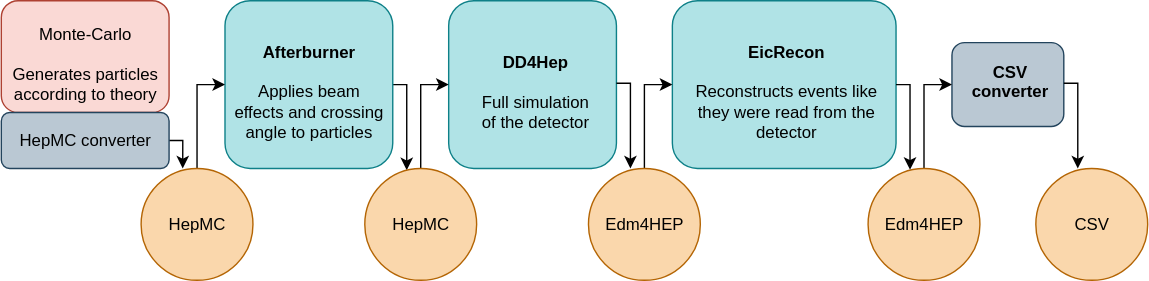
This is docs/public/simulation-chain.drawio.svg from JeffersonLab/meson-structure, a draw.io export, as it was before one commit. Source tidied: cells renumbered, new cells last; positions are measured from the earlier drawing's top-left corner, leaving out a move shared by most shapes.
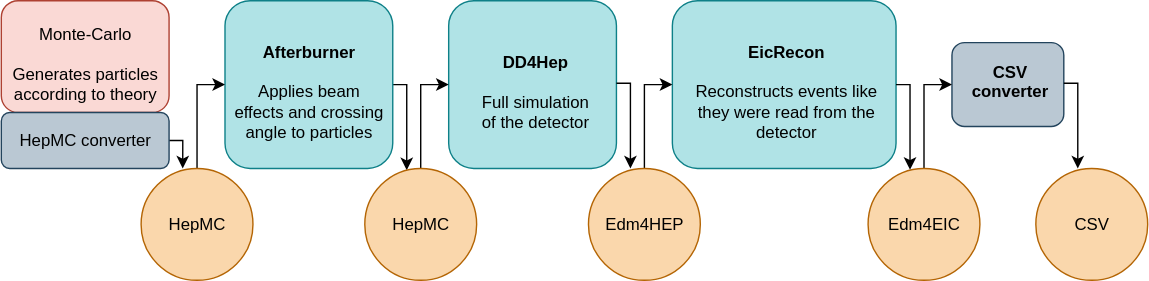
The same file after the commit.

Diff of the diagram source:
```diff
@@ -42,7 +42,7 @@
     <mxCell id="13" style="edgeStyle=orthogonalEdgeStyle;rounded=0;jettySize=auto;html=1;exitX=0.5;exitY=0;exitDx=0;exitDy=0;entryX=0;entryY=0.5;entryDx=0;entryDy=0;" parent="1" edge="1" source="14" target="8">
       <mxGeometry relative="1" as="geometry" />
     </mxCell>
-    <mxCell id="14" value="Edm4HEP" style="ellipse;whiteSpace=wrap;html=1;fillColor=#fad7ac;strokeColor=#b46504;" parent="1" vertex="1">
+    <mxCell id="14" value="Edm4EIC" style="ellipse;whiteSpace=wrap;html=1;fillColor=#fad7ac;strokeColor=#b46504;" parent="1" vertex="1">
       <mxGeometry x="620" y="120" width="80" height="80" as="geometry" />
     </mxCell>
     <mxCell id="15" style="edgeStyle=orthogonalEdgeStyle;rounded=0;jettySize=auto;html=1;exitX=1;exitY=0.5;exitDx=0;exitDy=0;entryX=0.372;entryY=0;entryDx=0;entryDy=0;entryPerimeter=0;" parent="1" edge="1" source="17" target="5">
```
